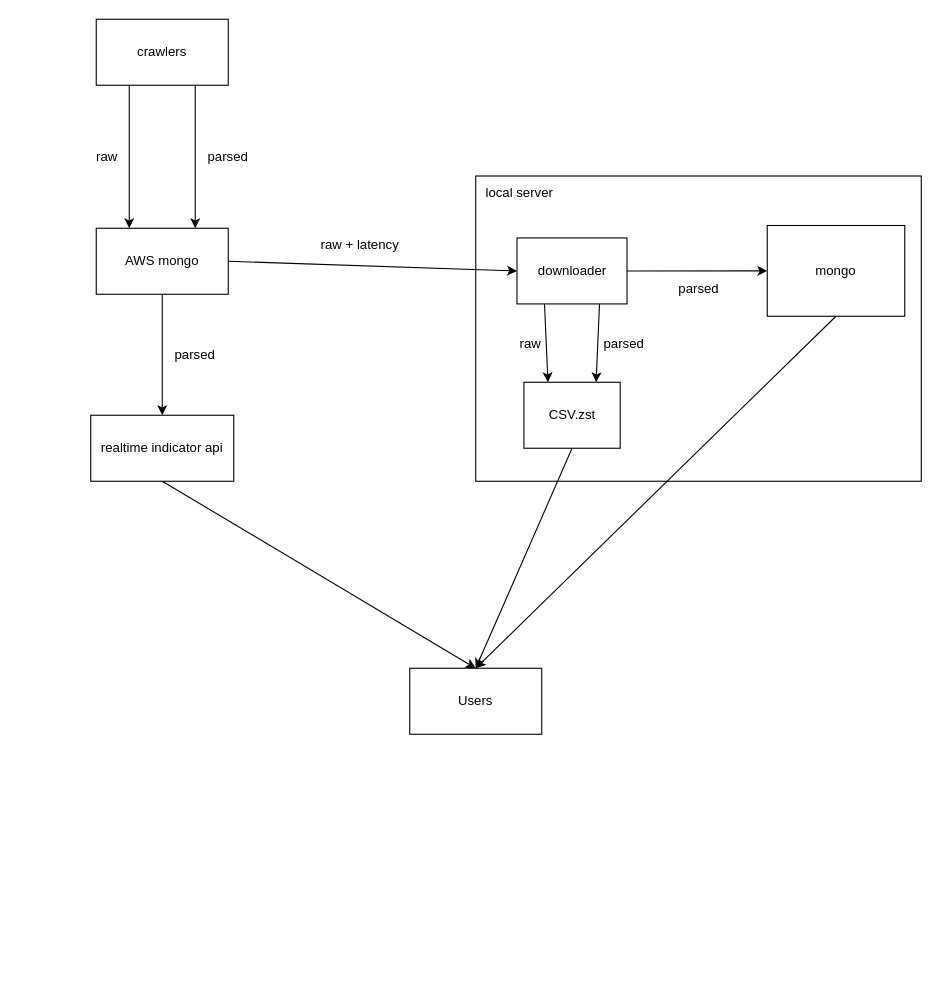
beckerinj/dio keeps this draw.io diagram as data_collection/overview2.dio. Above is the earlier version. Source tidied: cells renumbered, new cells numbered last; positions are measured from the earlier drawing's top-left corner, leaving out a move shared by most shapes. Both pictures are drawn from the tidied source at 110%, with x=0, y=0 at pixel (74, 19).
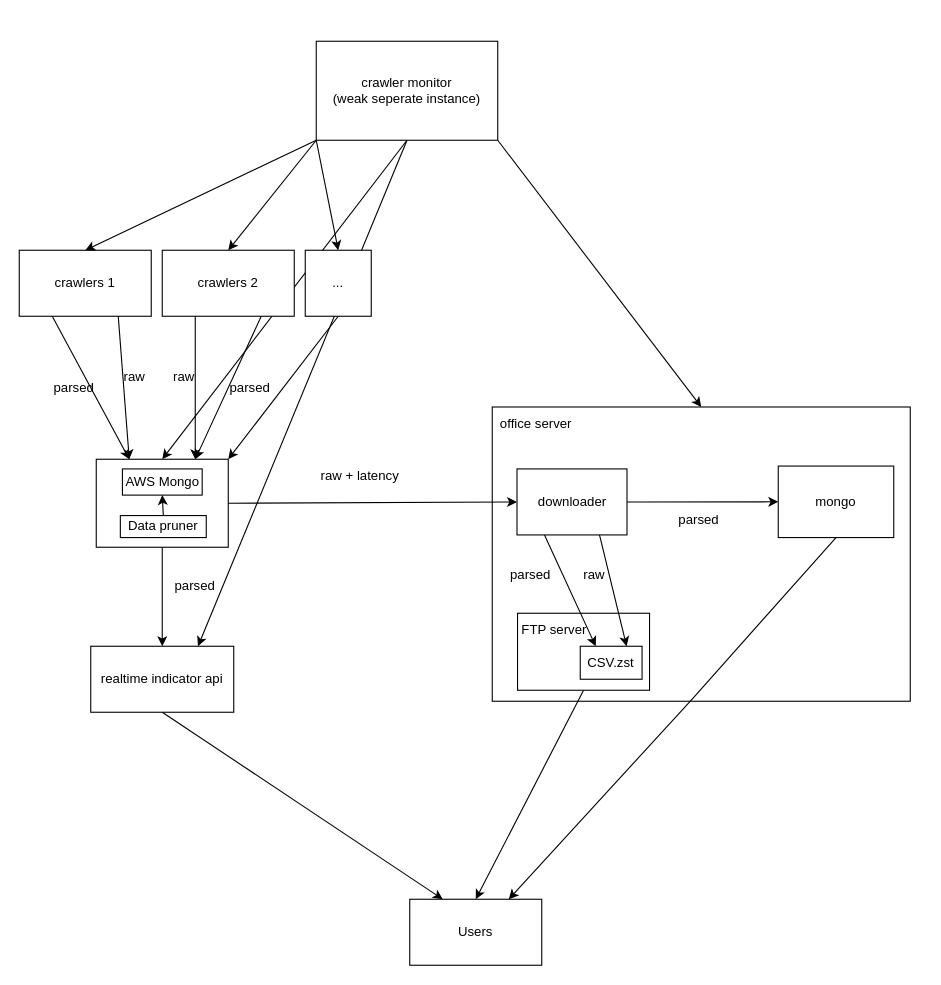
Above is the later version.

Commit message:
more details on crawler overview

Diff of the diagram source:
```diff
@@
+    <mxCell id="28" style="edgeStyle=none;html=1;exitX=0.5;exitY=1;exitDx=0;exitDy=0;entryX=0.5;entryY=0;entryDx=0;entryDy=0;" parent="1" edge="1" source="44" target="6">
+      <mxGeometry relative="1" as="geometry" />
+    </mxCell>
+    <mxCell id="29" style="edgeStyle=none;html=1;exitX=0.5;exitY=1;exitDx=0;exitDy=0;entryX=0.75;entryY=0;entryDx=0;entryDy=0;" parent="1" edge="1" source="44" target="20">
+      <mxGeometry relative="1" as="geometry" />
+    </mxCell>
@@
-    <mxCell id="3" style="edgeStyle=none;html=1;exitX=0.75;exitY=1;exitDx=0;exitDy=0;entryX=0.75;entryY=0;entryDx=0;entryDy=0;" parent="1" edge="1" source="4" target="6">
+    <mxCell id="3" style="edgeStyle=none;html=1;exitX=0.75;exitY=1;exitDx=0;exitDy=0;entryX=0.25;entryY=0;entryDx=0;entryDy=0;" parent="1" edge="1" source="4" target="6">
       <mxGeometry relative="1" as="geometry" />
     </mxCell>
-    <mxCell id="4" value="crawlers" style="rounded=0;whiteSpace=wrap;html=1;" parent="1" vertex="1">
-      <mxGeometry x="20" width="120" height="60" as="geometry" />
+    <mxCell id="4" value="crawlers 1" style="rounded=0;whiteSpace=wrap;html=1;" parent="1" vertex="1">
+      <mxGeometry x="-50" y="210" width="120" height="60" as="geometry" />
     </mxCell>
@@
-    <mxCell id="6" value="AWS mongo" style="rounded=0;whiteSpace=wrap;html=1;" parent="1" vertex="1">
-      <mxGeometry x="20" y="190" width="120" height="60" as="geometry" />
+    <mxCell id="6" style="rounded=0;whiteSpace=wrap;html=1;" parent="1" vertex="1">
+      <mxGeometry x="20" y="400" width="120" height="80" as="geometry" />
     </mxCell>
     <mxCell id="7" value="raw" style="text;html=1;strokeColor=none;fillColor=none;align=center;verticalAlign=middle;whiteSpace=wrap;rounded=0;" parent="1" vertex="1">
-      <mxGeometry y="110" width="60" height="30" as="geometry" />
+      <mxGeometry x="25" y="310" width="60" height="30" as="geometry" />
     </mxCell>
-    <mxCell id="8" value="parsed" style="text;html=1;strokeColor=none;fillColor=none;align=center;verticalAlign=middle;whiteSpace=wrap;rounded=0;" parent="1" vertex="1">
-      <mxGeometry x="110" y="110" width="60" height="30" as="geometry" />
+    <mxCell id="8" value="parsed" style="text;html=1;strokeColor=none;fillColor=none;align=center;verticalAlign=middle;whiteSpace=wrap;rounded=0;rotation=0;" parent="1" vertex="1">
+      <mxGeometry x="-30" y="320" width="60" height="30" as="geometry" />
     </mxCell>
     <mxCell id="9" style="rounded=0;whiteSpace=wrap;html=1;" parent="1" vertex="1">
-      <mxGeometry x="365" y="142.5" width="405" height="277.5" as="geometry" />
+      <mxGeometry x="380" y="352.5" width="380" height="267.5" as="geometry" />
     </mxCell>
-    <mxCell id="10" value="local server" style="text;html=1;strokeColor=none;fillColor=none;align=center;verticalAlign=middle;whiteSpace=wrap;rounded=0;" parent="1" vertex="1">
-      <mxGeometry x="365" y="142.5" width="80" height="30" as="geometry" />
+    <mxCell id="10" value="office server" style="text;html=1;strokeColor=none;fillColor=none;align=center;verticalAlign=middle;whiteSpace=wrap;rounded=0;" parent="1" vertex="1">
+      <mxGeometry x="380" y="352.5" width="80" height="30" as="geometry" />
     </mxCell>
@@
-    <mxCell id="12" style="edgeStyle=none;html=1;exitX=0.75;exitY=1;exitDx=0;exitDy=0;entryX=0.75;entryY=0;entryDx=0;entryDy=0;" parent="1" edge="1" source="14" target="25">
-      <mxGeometry relative="1" as="geometry" />
-    </mxCell>
-    <mxCell id="13" style="edgeStyle=none;html=1;exitX=0.25;exitY=1;exitDx=0;exitDy=0;entryX=0.25;entryY=0;entryDx=0;entryDy=0;" parent="1" edge="1" source="14" target="25">
-      <mxGeometry relative="1" as="geometry" />
-    </mxCell>
     <mxCell id="14" value="downloader" style="rounded=0;whiteSpace=wrap;html=1;" parent="1" vertex="1">
-      <mxGeometry x="402.5" y="198.8" width="100" height="60" as="geometry" />
+      <mxGeometry x="402.5" y="408.8" width="100" height="60" as="geometry" />
     </mxCell>
-    <mxCell id="15" style="edgeStyle=none;html=1;exitX=0.5;exitY=1;exitDx=0;exitDy=0;entryX=0.5;entryY=0;entryDx=0;entryDy=0;" parent="1" edge="1" source="16" target="22">
-      <mxGeometry relative="1" as="geometry" />
+    <mxCell id="15" style="edgeStyle=none;html=1;exitX=0.5;exitY=1;exitDx=0;exitDy=0;entryX=0.75;entryY=0;entryDx=0;entryDy=0;" parent="1" edge="1" source="16" target="22">
+      <mxGeometry relative="1" as="geometry">
+        <Array as="points">
+          <mxPoint x="560" y="620" />
+        </Array>
+      </mxGeometry>
     </mxCell>
     <mxCell id="16" value="mongo" style="rounded=0;whiteSpace=wrap;html=1;" parent="1" vertex="1">
-      <mxGeometry x="630" y="187.5" width="125" height="82.5" as="geometry" />
+      <mxGeometry x="640" y="406.2" width="105" height="65" as="geometry" />
     </mxCell>
@@
     <mxCell id="18" value="raw + latency" style="text;html=1;strokeColor=none;fillColor=none;align=center;verticalAlign=middle;whiteSpace=wrap;rounded=0;" parent="1" vertex="1">
-      <mxGeometry x="215" y="190" width="90" height="30" as="geometry" />
+      <mxGeometry x="215" y="400" width="90" height="30" as="geometry" />
     </mxCell>
-    <mxCell id="19" style="edgeStyle=none;html=1;exitX=0.5;exitY=1;exitDx=0;exitDy=0;entryX=0.5;entryY=0;entryDx=0;entryDy=0;" parent="1" edge="1" source="20" target="22">
+    <mxCell id="19" style="edgeStyle=none;html=1;exitX=0.5;exitY=1;exitDx=0;exitDy=0;entryX=0.25;entryY=0;entryDx=0;entryDy=0;" parent="1" edge="1" source="20" target="22">
       <mxGeometry relative="1" as="geometry" />
     </mxCell>
     <mxCell id="20" value="realtime indicator&amp;nbsp;api" style="rounded=0;whiteSpace=wrap;html=1;" parent="1" vertex="1">
-      <mxGeometry x="15" y="360" width="130" height="60" as="geometry" />
+      <mxGeometry x="15" y="570" width="130" height="60" as="geometry" />
     </mxCell>
     <mxCell id="21" value="parsed" style="text;html=1;strokeColor=none;fillColor=none;align=center;verticalAlign=middle;whiteSpace=wrap;rounded=0;" parent="1" vertex="1">
-      <mxGeometry x="80" y="290" width="60" height="30" as="geometry" />
+      <mxGeometry x="80" y="500" width="60" height="30" as="geometry" />
     </mxCell>
     <mxCell id="22" value="Users" style="rounded=0;whiteSpace=wrap;html=1;" parent="1" vertex="1">
-      <mxGeometry x="305" y="590" width="120" height="60" as="geometry" />
+      <mxGeometry x="305" y="800" width="120" height="60" as="geometry" />
     </mxCell>
     <mxCell id="23" value="parsed" style="text;html=1;strokeColor=none;fillColor=none;align=center;verticalAlign=middle;whiteSpace=wrap;rounded=0;" parent="1" vertex="1">
-      <mxGeometry x="537.5" y="230" width="60" height="30" as="geometry" />
+      <mxGeometry x="537.5" y="440" width="60" height="30" as="geometry" />
     </mxCell>
-    <mxCell id="24" style="edgeStyle=none;html=1;exitX=0.5;exitY=1;exitDx=0;exitDy=0;entryX=0.5;entryY=0;entryDx=0;entryDy=0;" parent="1" edge="1" source="25" target="22">
-      <mxGeometry relative="1" as="geometry" />
-    </mxCell>
-    <mxCell id="25" value="CSV.zst" style="rounded=0;whiteSpace=wrap;html=1;" parent="1" vertex="1">
-      <mxGeometry x="408.8" y="330" width="87.5" height="60" as="geometry" />
-    </mxCell>
     <mxCell id="26" value="parsed" style="text;html=1;strokeColor=none;fillColor=none;align=center;verticalAlign=middle;whiteSpace=wrap;rounded=0;" parent="1" vertex="1">
-      <mxGeometry x="470" y="280" width="60" height="30" as="geometry" />
+      <mxGeometry x="385" y="490" width="60" height="30" as="geometry" />
     </mxCell>
     <mxCell id="27" value="raw" style="text;html=1;strokeColor=none;fillColor=none;align=center;verticalAlign=middle;whiteSpace=wrap;rounded=0;" parent="1" vertex="1">
-      <mxGeometry x="385" y="280" width="60" height="30" as="geometry" />
+      <mxGeometry x="442.5" y="490" width="60" height="30" as="geometry" />
     </mxCell>
+    <mxCell id="30" style="edgeStyle=none;html=1;exitX=0.25;exitY=1;exitDx=0;exitDy=0;entryX=0.75;entryY=0;entryDx=0;entryDy=0;" parent="1" edge="1" source="32" target="6">
+      <mxGeometry relative="1" as="geometry" />
+    </mxCell>
+    <mxCell id="31" style="edgeStyle=none;html=1;exitX=0.75;exitY=1;exitDx=0;exitDy=0;entryX=0.75;entryY=0;entryDx=0;entryDy=0;" parent="1" edge="1" source="32" target="6">
+      <mxGeometry relative="1" as="geometry" />
+    </mxCell>
+    <mxCell id="32" value="crawlers 2" style="rounded=0;whiteSpace=wrap;html=1;" parent="1" vertex="1">
+      <mxGeometry x="80" y="210" width="120" height="60" as="geometry" />
+    </mxCell>
+    <mxCell id="33" value="raw" style="text;html=1;strokeColor=none;fillColor=none;align=center;verticalAlign=middle;whiteSpace=wrap;rounded=0;" parent="1" vertex="1">
+      <mxGeometry x="70" y="310" width="60" height="30" as="geometry" />
+    </mxCell>
+    <mxCell id="34" value="parsed" style="text;html=1;strokeColor=none;fillColor=none;align=center;verticalAlign=middle;whiteSpace=wrap;rounded=0;" parent="1" vertex="1">
+      <mxGeometry x="130" y="320" width="60" height="30" as="geometry" />
+    </mxCell>
+    <mxCell id="35" style="edgeStyle=none;html=1;exitX=0.5;exitY=1;exitDx=0;exitDy=0;entryX=0.5;entryY=0;entryDx=0;entryDy=0;" parent="1" edge="1" source="36" target="22">
+      <mxGeometry relative="1" as="geometry" />
+    </mxCell>
+    <mxCell id="36" style="rounded=0;whiteSpace=wrap;html=1;" parent="1" vertex="1">
+      <mxGeometry x="403" y="540" width="120" height="70" as="geometry" />
+    </mxCell>
+    <mxCell id="25" value="CSV.zst" style="rounded=0;whiteSpace=wrap;html=1;" parent="1" vertex="1">
+      <mxGeometry x="460" y="570" width="56.2" height="30" as="geometry" />
+    </mxCell>
+    <mxCell id="12" style="edgeStyle=none;html=1;exitX=0.75;exitY=1;exitDx=0;exitDy=0;entryX=0.75;entryY=0;entryDx=0;entryDy=0;" parent="1" edge="1" source="14" target="25">
+      <mxGeometry relative="1" as="geometry" />
+    </mxCell>
+    <mxCell id="13" style="edgeStyle=none;html=1;exitX=0.25;exitY=1;exitDx=0;exitDy=0;entryX=0.25;entryY=0;entryDx=0;entryDy=0;" parent="1" edge="1" source="14" target="25">
+      <mxGeometry relative="1" as="geometry" />
+    </mxCell>
+    <mxCell id="37" value="FTP server" style="text;html=1;strokeColor=none;fillColor=none;align=center;verticalAlign=middle;whiteSpace=wrap;rounded=0;" parent="1" vertex="1">
+      <mxGeometry x="402.5" y="540" width="67" height="30" as="geometry" />
+    </mxCell>
+    <mxCell id="38" style="edgeStyle=none;html=1;exitX=0.5;exitY=1;exitDx=0;exitDy=0;entryX=1;entryY=0;entryDx=0;entryDy=0;" parent="1" edge="1" source="39" target="6">
+      <mxGeometry relative="1" as="geometry" />
+    </mxCell>
+    <mxCell id="39" value="..." style="rounded=0;whiteSpace=wrap;html=1;" parent="1" vertex="1">
+      <mxGeometry x="210" y="210" width="60" height="60" as="geometry" />
+    </mxCell>
+    <mxCell id="40" style="edgeStyle=none;html=1;exitX=0;exitY=1;exitDx=0;exitDy=0;entryX=0.5;entryY=0;entryDx=0;entryDy=0;" parent="1" edge="1" source="44" target="4">
+      <mxGeometry relative="1" as="geometry" />
+    </mxCell>
+    <mxCell id="41" style="edgeStyle=none;html=1;exitX=0;exitY=1;exitDx=0;exitDy=0;entryX=0.5;entryY=0;entryDx=0;entryDy=0;" parent="1" edge="1" source="44" target="32">
+      <mxGeometry relative="1" as="geometry" />
+    </mxCell>
+    <mxCell id="42" style="edgeStyle=none;html=1;exitX=0;exitY=1;exitDx=0;exitDy=0;entryX=0.5;entryY=0;entryDx=0;entryDy=0;" parent="1" edge="1" source="44" target="39">
+      <mxGeometry relative="1" as="geometry" />
+    </mxCell>
+    <mxCell id="43" style="edgeStyle=none;html=1;exitX=1;exitY=1;exitDx=0;exitDy=0;entryX=0.5;entryY=0;entryDx=0;entryDy=0;" parent="1" edge="1" source="44" target="9">
+      <mxGeometry relative="1" as="geometry" />
+    </mxCell>
+    <mxCell id="44" value="crawler monitor&lt;br&gt;(weak seperate instance)" style="rounded=0;whiteSpace=wrap;html=1;" parent="1" vertex="1">
+      <mxGeometry x="220" y="20" width="165" height="90" as="geometry" />
+    </mxCell>
+    <mxCell id="45" value="AWS Mongo" style="rounded=0;whiteSpace=wrap;html=1;" parent="1" vertex="1">
+      <mxGeometry x="43.8" y="408.8" width="72.5" height="23.8" as="geometry" />
+    </mxCell>
+    <mxCell id="46" style="edgeStyle=none;html=1;exitX=0.5;exitY=0;exitDx=0;exitDy=0;entryX=0.5;entryY=1;entryDx=0;entryDy=0;" parent="1" edge="1" source="47" target="45">
+      <mxGeometry relative="1" as="geometry" />
+    </mxCell>
+    <mxCell id="47" value="Data pruner" style="rounded=0;whiteSpace=wrap;html=1;" parent="1" vertex="1">
+      <mxGeometry x="41.9" y="451.2" width="78.1" height="20" as="geometry" />
+    </mxCell>
```
